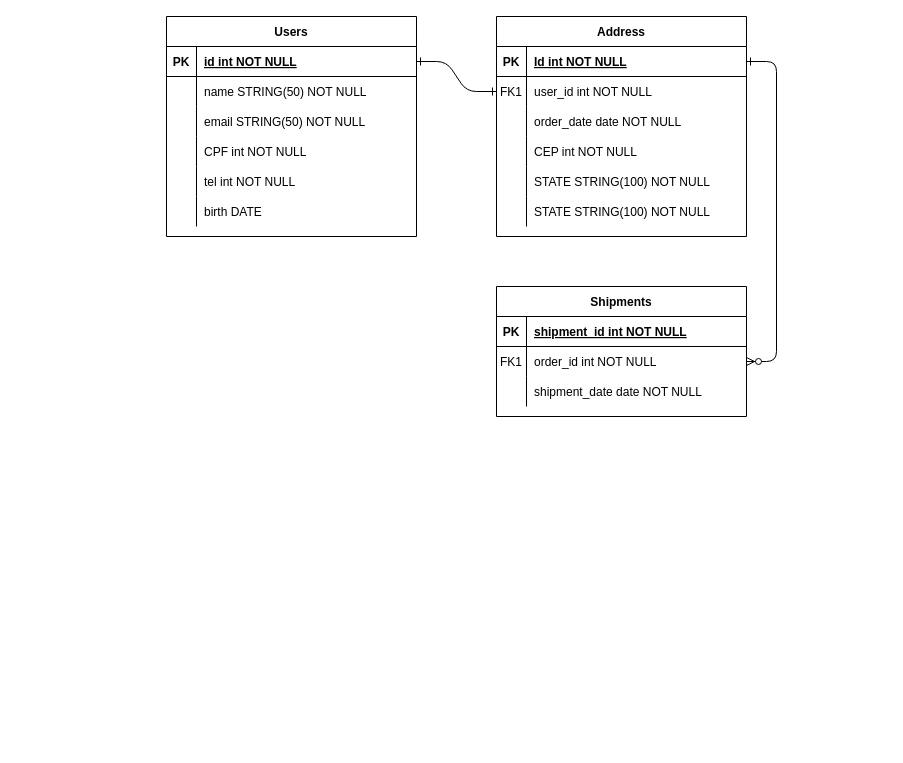
Earlier version of the draw.io diagram Projeto-Fullstack.drawio (raiannalimacode/diagrams). Source tidied: cells renumbered, new cells numbered last; positions are measured from the earlier drawing's top-left corner, leaving out a move shared by most shapes. Both pictures are drawn from the tidied source at 100%, with x=0, y=0 at pixel (166, 16).
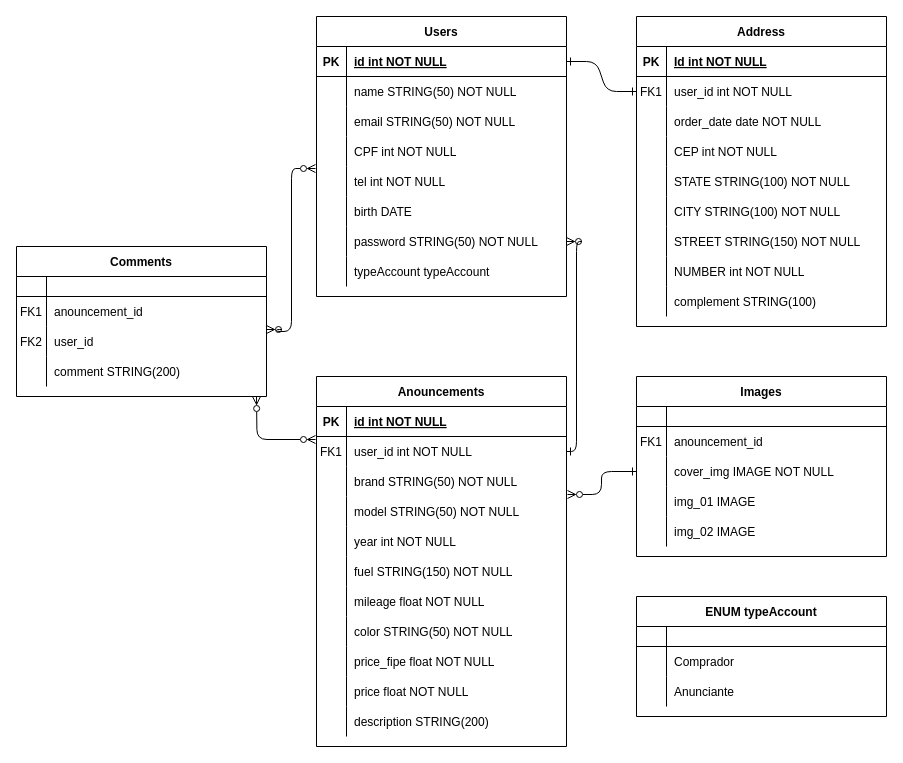
After the change.

Commit message:
Finished Diagram ER - Projeto FullStack.

Unchanged cells that the change refers to:
```xml
<mxCell id="5" style="shape=partialRectangle;fillColor=none;points=[[0,0.5],[1,0.5]];portConstraint=eastwest;top=0;left=0;right=0;bottom=1;" parent="4" vertex="1">
  <mxGeometry y="30" width="250" height="30" as="geometry" />
</mxCell>
<mxCell id="20" style="shape=partialRectangle;fillColor=none;top=0;left=0;right=0;bottom=0;" parent="4" vertex="1">
  <mxGeometry y="180" width="250" height="30" as="geometry" />
</mxCell>
<mxCell id="24" style="shape=partialRectangle;fillColor=none;top=0;left=0;right=0;bottom=1;" parent="23" vertex="1">
  <mxGeometry y="30" width="250" height="30" as="geometry" />
</mxCell>
<mxCell id="27" style="shape=partialRectangle;fillColor=none;points=[[0,0.5],[1,0.5]];portConstraint=eastwest;top=0;left=0;right=0;bottom=0;" parent="23" vertex="1">
  <mxGeometry y="60" width="250" height="30" as="geometry" />
</mxCell>
<mxCell id="30" style="shape=partialRectangle;fillColor=none;top=0;left=0;right=0;bottom=0;" parent="23" vertex="1">
  <mxGeometry y="90" width="250" height="30" as="geometry" />
</mxCell>
<mxCell id="46" style="shape=partialRectangle;fillColor=none;points=[[0,0.5],[1,0.5]];portConstraint=eastwest;top=0;left=0;right=0;bottom=0;" parent="33" vertex="1">
  <mxGeometry y="150" width="250" height="30" as="geometry" />
</mxCell>
```

What changed in the source:
```diff
@@
-    <mxCell id="3" style="edgeStyle=entityRelationEdgeStyle;endArrow=ERzeroToMany;startArrow=ERone;endFill=1;startFill=0;" parent="1" edge="1" source="5" target="27">
+    <mxCell id="3" style="edgeStyle=orthogonalEdgeStyle;endArrow=ERone;startArrow=ERzeroToMany;endFill=0;startFill=0;entryX=1;entryY=0.5;entryDx=0;entryDy=0;exitX=1;exitY=0.5;exitDx=0;exitDy=0;" parent="1" edge="1" source="85" target="27">
       <mxGeometry relative="1" as="geometry" />
     </mxCell>
     <mxCell id="4" value="Address" style="shape=table;startSize=30;childLayout=tableLayout;rowLines=0;fontStyle=1;align=center;" parent="1" vertex="1">
-      <mxGeometry x="330" width="250" height="220" as="geometry" />
+      <mxGeometry x="470" width="250" height="310" as="geometry" />
     </mxCell>
@@
-    <mxCell id="22" value="STATE STRING(100) NOT NULL" style="shape=partialRectangle;overflow=hidden;fillColor=none;top=0;left=0;bottom=0;right=0;align=left;spacingLeft=6;" parent="20" vertex="1">
+    <mxCell id="22" value="CITY STRING(100) NOT NULL" style="shape=partialRectangle;overflow=hidden;fillColor=none;top=0;left=0;bottom=0;right=0;align=left;spacingLeft=6;" parent="20" vertex="1">
       <mxGeometry x="30" width="220" height="30" as="geometry" />
     </mxCell>
+    <mxCell id="52" style="shape=partialRectangle;fillColor=none;top=0;left=0;right=0;bottom=0;" parent="4" vertex="1">
+      <mxGeometry y="210" width="250" height="30" as="geometry" />
+    </mxCell>
+    <mxCell id="53" style="shape=partialRectangle;overflow=hidden;fillColor=none;top=0;left=0;bottom=0;right=0;" parent="52" vertex="1">
+      <mxGeometry width="30" height="30" as="geometry" />
+    </mxCell>
+    <mxCell id="54" value="STREET STRING(150) NOT NULL" style="shape=partialRectangle;overflow=hidden;fillColor=none;top=0;left=0;bottom=0;right=0;align=left;spacingLeft=6;" parent="52" vertex="1">
+      <mxGeometry x="30" width="220" height="30" as="geometry" />
+    </mxCell>
+    <mxCell id="55" style="shape=partialRectangle;fillColor=none;top=0;left=0;right=0;bottom=0;" parent="4" vertex="1">
+      <mxGeometry y="240" width="250" height="30" as="geometry" />
+    </mxCell>
+    <mxCell id="56" style="shape=partialRectangle;overflow=hidden;fillColor=none;top=0;left=0;bottom=0;right=0;" parent="55" vertex="1">
+      <mxGeometry width="30" height="30" as="geometry" />
+    </mxCell>
+    <mxCell id="57" value="NUMBER int NOT NULL" style="shape=partialRectangle;overflow=hidden;fillColor=none;top=0;left=0;bottom=0;right=0;align=left;spacingLeft=6;" parent="55" vertex="1">
+      <mxGeometry x="30" width="220" height="30" as="geometry" />
+    </mxCell>
+    <mxCell id="58" style="shape=partialRectangle;fillColor=none;top=0;left=0;right=0;bottom=0;" parent="4" vertex="1">
+      <mxGeometry y="270" width="250" height="30" as="geometry" />
+    </mxCell>
+    <mxCell id="59" style="shape=partialRectangle;overflow=hidden;fillColor=none;top=0;left=0;bottom=0;right=0;" parent="58" vertex="1">
+      <mxGeometry width="30" height="30" as="geometry" />
+    </mxCell>
+    <mxCell id="60" value="complement STRING(100) " style="shape=partialRectangle;overflow=hidden;fillColor=none;top=0;left=0;bottom=0;right=0;align=left;spacingLeft=6;" parent="58" vertex="1">
+      <mxGeometry x="30" width="220" height="30" as="geometry" />
+    </mxCell>
-    <mxCell id="23" value="Shipments" style="shape=table;startSize=30;childLayout=tableLayout;rowLines=0;fontStyle=1;align=center;" parent="1" vertex="1">
-      <mxGeometry x="330" y="270" width="250" height="130" as="geometry" />
+    <mxCell id="23" value="Anouncements" style="shape=table;startSize=30;childLayout=tableLayout;rowLines=0;fontStyle=1;align=center;" parent="1" vertex="1">
+      <mxGeometry x="150" y="360" width="250" height="370" as="geometry" />
     </mxCell>
@@
-    <mxCell id="26" value="shipment_id int NOT NULL " style="shape=partialRectangle;overflow=hidden;fillColor=none;top=0;left=0;bottom=0;right=0;align=left;spacingLeft=6;fontStyle=5;" parent="24" vertex="1">
+    <mxCell id="26" value="id int NOT NULL" style="shape=partialRectangle;overflow=hidden;fillColor=none;top=0;left=0;bottom=0;right=0;align=left;spacingLeft=6;fontStyle=5;" parent="24" vertex="1">
       <mxGeometry x="30" width="220" height="30" as="geometry" />
     </mxCell>
@@
-    <mxCell id="29" value="order_id int NOT NULL" style="shape=partialRectangle;overflow=hidden;fillColor=none;top=0;left=0;bottom=0;right=0;align=left;spacingLeft=6;" parent="27" vertex="1">
+    <mxCell id="29" value="user_id int NOT NULL" style="shape=partialRectangle;overflow=hidden;fillColor=none;top=0;left=0;bottom=0;right=0;align=left;spacingLeft=6;" parent="27" vertex="1">
       <mxGeometry x="30" width="220" height="30" as="geometry" />
     </mxCell>
@@
-    <mxCell id="32" value="shipment_date date NOT NULL" style="shape=partialRectangle;overflow=hidden;fillColor=none;top=0;left=0;bottom=0;right=0;align=left;spacingLeft=6;" parent="30" vertex="1">
+    <mxCell id="32" value="brand STRING(50) NOT NULL" style="shape=partialRectangle;overflow=hidden;fillColor=none;top=0;left=0;bottom=0;right=0;align=left;spacingLeft=6;" parent="30" vertex="1">
       <mxGeometry x="30" width="220" height="30" as="geometry" />
     </mxCell>
+    <mxCell id="61" style="shape=partialRectangle;fillColor=none;points=[[0,0.5],[1,0.5]];portConstraint=eastwest;top=0;left=0;right=0;bottom=0;" parent="23" vertex="1">
+      <mxGeometry y="120" width="250" height="30" as="geometry" />
+    </mxCell>
+    <mxCell id="62" style="shape=partialRectangle;overflow=hidden;fillColor=none;top=0;left=0;bottom=0;right=0;" parent="61" vertex="1">
+      <mxGeometry width="30" height="30" as="geometry" />
+    </mxCell>
+    <mxCell id="63" value="model STRING(50) NOT NULL" style="shape=partialRectangle;overflow=hidden;fillColor=none;top=0;left=0;bottom=0;right=0;align=left;spacingLeft=6;" parent="61" vertex="1">
+      <mxGeometry x="30" width="220" height="30" as="geometry" />
+    </mxCell>
+    <mxCell id="64" style="shape=partialRectangle;fillColor=none;top=0;left=0;right=0;bottom=0;" parent="23" vertex="1">
+      <mxGeometry y="150" width="250" height="30" as="geometry" />
+    </mxCell>
+    <mxCell id="65" style="shape=partialRectangle;overflow=hidden;fillColor=none;top=0;left=0;bottom=0;right=0;" parent="64" vertex="1">
+      <mxGeometry width="30" height="30" as="geometry" />
+    </mxCell>
+    <mxCell id="66" value="year int NOT NULL" style="shape=partialRectangle;overflow=hidden;fillColor=none;top=0;left=0;bottom=0;right=0;align=left;spacingLeft=6;" parent="64" vertex="1">
+      <mxGeometry x="30" width="220" height="30" as="geometry" />
+    </mxCell>
+    <mxCell id="67" style="shape=partialRectangle;fillColor=none;top=0;left=0;right=0;bottom=0;" parent="23" vertex="1">
+      <mxGeometry y="180" width="250" height="30" as="geometry" />
+    </mxCell>
+    <mxCell id="68" style="shape=partialRectangle;overflow=hidden;fillColor=none;top=0;left=0;bottom=0;right=0;" parent="67" vertex="1">
+      <mxGeometry width="30" height="30" as="geometry" />
+    </mxCell>
+    <mxCell id="69" value="fuel STRING(150) NOT NULL" style="shape=partialRectangle;overflow=hidden;fillColor=none;top=0;left=0;bottom=0;right=0;align=left;spacingLeft=6;" parent="67" vertex="1">
+      <mxGeometry x="30" width="220" height="30" as="geometry" />
+    </mxCell>
+    <mxCell id="70" style="shape=partialRectangle;fillColor=none;top=0;left=0;right=0;bottom=0;" parent="23" vertex="1">
+      <mxGeometry y="210" width="250" height="30" as="geometry" />
+    </mxCell>
+    <mxCell id="71" style="shape=partialRectangle;overflow=hidden;fillColor=none;top=0;left=0;bottom=0;right=0;" parent="70" vertex="1">
+      <mxGeometry width="30" height="30" as="geometry" />
+    </mxCell>
+    <mxCell id="72" value="mileage float NOT NULL" style="shape=partialRectangle;overflow=hidden;fillColor=none;top=0;left=0;bottom=0;right=0;align=left;spacingLeft=6;" parent="70" vertex="1">
+      <mxGeometry x="30" width="220" height="30" as="geometry" />
+    </mxCell>
+    <mxCell id="73" style="shape=partialRectangle;fillColor=none;top=0;left=0;right=0;bottom=0;" parent="23" vertex="1">
+      <mxGeometry y="240" width="250" height="30" as="geometry" />
+    </mxCell>
+    <mxCell id="74" style="shape=partialRectangle;overflow=hidden;fillColor=none;top=0;left=0;bottom=0;right=0;" parent="73" vertex="1">
+      <mxGeometry width="30" height="30" as="geometry" />
+    </mxCell>
+    <mxCell id="75" value="color STRING(50) NOT NULL" style="shape=partialRectangle;overflow=hidden;fillColor=none;top=0;left=0;bottom=0;right=0;align=left;spacingLeft=6;" parent="73" vertex="1">
+      <mxGeometry x="30" width="220" height="30" as="geometry" />
+    </mxCell>
+    <mxCell id="76" style="shape=partialRectangle;fillColor=none;top=0;left=0;right=0;bottom=0;" parent="23" vertex="1">
+      <mxGeometry y="270" width="250" height="30" as="geometry" />
+    </mxCell>
+    <mxCell id="77" style="shape=partialRectangle;overflow=hidden;fillColor=none;top=0;left=0;bottom=0;right=0;" parent="76" vertex="1">
+      <mxGeometry width="30" height="30" as="geometry" />
+    </mxCell>
+    <mxCell id="78" value="price_fipe float NOT NULL" style="shape=partialRectangle;overflow=hidden;fillColor=none;top=0;left=0;bottom=0;right=0;align=left;spacingLeft=6;" parent="76" vertex="1">
+      <mxGeometry x="30" width="220" height="30" as="geometry" />
+    </mxCell>
+    <mxCell id="79" style="shape=partialRectangle;fillColor=none;top=0;left=0;right=0;bottom=0;" parent="23" vertex="1">
+      <mxGeometry y="300" width="250" height="30" as="geometry" />
+    </mxCell>
+    <mxCell id="80" style="shape=partialRectangle;overflow=hidden;fillColor=none;top=0;left=0;bottom=0;right=0;" parent="79" vertex="1">
+      <mxGeometry width="30" height="30" as="geometry" />
+    </mxCell>
+    <mxCell id="81" value="price float NOT NULL" style="shape=partialRectangle;overflow=hidden;fillColor=none;top=0;left=0;bottom=0;right=0;align=left;spacingLeft=6;" parent="79" vertex="1">
+      <mxGeometry x="30" width="220" height="30" as="geometry" />
+    </mxCell>
+    <mxCell id="82" style="shape=partialRectangle;fillColor=none;top=0;left=0;right=0;bottom=0;" parent="23" vertex="1">
+      <mxGeometry y="330" width="250" height="30" as="geometry" />
+    </mxCell>
+    <mxCell id="83" style="shape=partialRectangle;overflow=hidden;fillColor=none;top=0;left=0;bottom=0;right=0;" parent="82" vertex="1">
+      <mxGeometry width="30" height="30" as="geometry" />
+    </mxCell>
+    <mxCell id="84" value="description STRING(200) " style="shape=partialRectangle;overflow=hidden;fillColor=none;top=0;left=0;bottom=0;right=0;align=left;spacingLeft=6;" parent="82" vertex="1">
+      <mxGeometry x="30" width="220" height="30" as="geometry" />
+    </mxCell>
     <mxCell id="33" value="Users" style="shape=table;startSize=30;childLayout=tableLayout;rowLines=0;fontStyle=1;align=center;" parent="1" vertex="1">
-      <mxGeometry width="250" height="220" as="geometry" />
+      <mxGeometry x="150" width="250" height="280" as="geometry" />
     </mxCell>
@@
+    <mxCell id="85" style="shape=partialRectangle;fillColor=none;points=[[0,0.5],[1,0.5]];portConstraint=eastwest;top=0;left=0;right=0;bottom=0;" parent="33" vertex="1">
+      <mxGeometry y="210" width="250" height="30" as="geometry" />
+    </mxCell>
+    <mxCell id="86" style="shape=partialRectangle;overflow=hidden;fillColor=none;top=0;left=0;bottom=0;right=0;" parent="85" vertex="1">
+      <mxGeometry width="30" height="30" as="geometry" />
+    </mxCell>
+    <mxCell id="87" value="password STRING(50) NOT NULL" style="shape=partialRectangle;overflow=hidden;fillColor=none;top=0;left=0;bottom=0;right=0;align=left;spacingLeft=6;" parent="85" vertex="1">
+      <mxGeometry x="30" width="220" height="30" as="geometry" />
+    </mxCell>
+    <mxCell id="88" style="shape=partialRectangle;fillColor=none;top=0;left=0;right=0;bottom=0;" parent="33" vertex="1">
+      <mxGeometry y="240" width="250" height="30" as="geometry" />
+    </mxCell>
+    <mxCell id="89" style="shape=partialRectangle;overflow=hidden;fillColor=none;top=0;left=0;bottom=0;right=0;" parent="88" vertex="1">
+      <mxGeometry width="30" height="30" as="geometry" />
+    </mxCell>
+    <mxCell id="90" value="typeAccount typeAccount" style="shape=partialRectangle;overflow=hidden;fillColor=none;top=0;left=0;bottom=0;right=0;align=left;spacingLeft=6;" parent="88" vertex="1">
+      <mxGeometry x="30" width="220" height="30" as="geometry" />
+    </mxCell>
+    <mxCell id="91" value="ENUM typeAccount" style="shape=table;startSize=30;childLayout=tableLayout;rowLines=0;fontStyle=1;align=center;" parent="1" vertex="1">
+      <mxGeometry x="470" y="580" width="250" height="120" as="geometry" />
+    </mxCell>
+    <mxCell id="92" style="shape=partialRectangle;fillColor=none;top=0;left=0;right=0;bottom=1;" parent="91" vertex="1">
+      <mxGeometry y="30" width="250" height="20" as="geometry" />
+    </mxCell>
+    <mxCell id="93" style="shape=partialRectangle;overflow=hidden;fillColor=none;top=0;left=0;bottom=0;right=0;fontStyle=1;" parent="92" vertex="1">
+      <mxGeometry width="30" height="20" as="geometry" />
+    </mxCell>
+    <mxCell id="94" style="shape=partialRectangle;overflow=hidden;fillColor=none;top=0;left=0;bottom=0;right=0;align=left;spacingLeft=6;fontStyle=5;" parent="92" vertex="1">
+      <mxGeometry x="30" width="220" height="20" as="geometry" />
+    </mxCell>
+    <mxCell id="95" style="shape=partialRectangle;fillColor=none;top=0;left=0;right=0;bottom=0;" parent="91" vertex="1">
+      <mxGeometry y="50" width="250" height="30" as="geometry" />
+    </mxCell>
+    <mxCell id="96" style="shape=partialRectangle;overflow=hidden;fillColor=none;top=0;left=0;bottom=0;right=0;" parent="95" vertex="1">
+      <mxGeometry width="30" height="30" as="geometry" />
+    </mxCell>
+    <mxCell id="97" value="Comprador" style="shape=partialRectangle;overflow=hidden;fillColor=none;top=0;left=0;bottom=0;right=0;align=left;spacingLeft=6;" parent="95" vertex="1">
+      <mxGeometry x="30" width="220" height="30" as="geometry" />
+    </mxCell>
+    <mxCell id="98" style="shape=partialRectangle;fillColor=none;top=0;left=0;right=0;bottom=0;" parent="91" vertex="1">
+      <mxGeometry y="80" width="250" height="30" as="geometry" />
+    </mxCell>
+    <mxCell id="99" style="shape=partialRectangle;overflow=hidden;fillColor=none;top=0;left=0;bottom=0;right=0;" parent="98" vertex="1">
+      <mxGeometry width="30" height="30" as="geometry" />
+    </mxCell>
+    <mxCell id="100" value="Anunciante" style="shape=partialRectangle;overflow=hidden;fillColor=none;top=0;left=0;bottom=0;right=0;align=left;spacingLeft=6;" parent="98" vertex="1">
+      <mxGeometry x="30" width="220" height="30" as="geometry" />
+    </mxCell>
+    <mxCell id="101" value="Images" style="shape=table;startSize=30;childLayout=tableLayout;rowLines=0;fontStyle=1;align=center;" parent="1" vertex="1">
+      <mxGeometry x="470" y="360" width="250" height="180" as="geometry" />
+    </mxCell>
+    <mxCell id="102" style="shape=partialRectangle;fillColor=none;top=0;left=0;right=0;bottom=1;" parent="101" vertex="1">
+      <mxGeometry y="30" width="250" height="20" as="geometry" />
+    </mxCell>
+    <mxCell id="103" style="shape=partialRectangle;overflow=hidden;fillColor=none;top=0;left=0;bottom=0;right=0;fontStyle=1;" parent="102" vertex="1">
+      <mxGeometry width="30" height="20" as="geometry" />
+    </mxCell>
+    <mxCell id="104" style="shape=partialRectangle;overflow=hidden;fillColor=none;top=0;left=0;bottom=0;right=0;align=left;spacingLeft=6;fontStyle=5;" parent="102" vertex="1">
+      <mxGeometry x="30" width="220" height="20" as="geometry" />
+    </mxCell>
+    <mxCell id="105" style="shape=partialRectangle;fillColor=none;top=0;left=0;right=0;bottom=0;" parent="101" vertex="1">
+      <mxGeometry y="50" width="250" height="30" as="geometry" />
+    </mxCell>
+    <mxCell id="106" value="FK1" style="shape=partialRectangle;overflow=hidden;fillColor=none;top=0;left=0;bottom=0;right=0;" parent="105" vertex="1">
+      <mxGeometry width="30" height="30" as="geometry" />
+    </mxCell>
+    <mxCell id="107" value="anouncement_id" style="shape=partialRectangle;overflow=hidden;fillColor=none;top=0;left=0;bottom=0;right=0;align=left;spacingLeft=6;" parent="105" vertex="1">
+      <mxGeometry x="30" width="220" height="30" as="geometry" />
+    </mxCell>
+    <mxCell id="108" style="shape=partialRectangle;fillColor=none;points=[[0,0.5],[1,0.5]];portConstraint=eastwest;top=0;left=0;right=0;bottom=0;" parent="101" vertex="1">
+      <mxGeometry y="80" width="250" height="30" as="geometry" />
+    </mxCell>
+    <mxCell id="109" style="shape=partialRectangle;overflow=hidden;fillColor=none;top=0;left=0;bottom=0;right=0;" parent="108" vertex="1">
+      <mxGeometry width="30" height="30" as="geometry" />
+    </mxCell>
+    <mxCell id="110" value="cover_img IMAGE NOT NULL" style="shape=partialRectangle;overflow=hidden;fillColor=none;top=0;left=0;bottom=0;right=0;align=left;spacingLeft=6;" parent="108" vertex="1">
+      <mxGeometry x="30" width="220" height="30" as="geometry" />
+    </mxCell>
+    <mxCell id="111" style="shape=partialRectangle;fillColor=none;top=0;left=0;right=0;bottom=0;" parent="101" vertex="1">
+      <mxGeometry y="110" width="250" height="30" as="geometry" />
+    </mxCell>
+    <mxCell id="112" style="shape=partialRectangle;overflow=hidden;fillColor=none;top=0;left=0;bottom=0;right=0;" parent="111" vertex="1">
+      <mxGeometry width="30" height="30" as="geometry" />
+    </mxCell>
+    <mxCell id="113" value="img_01 IMAGE" style="shape=partialRectangle;overflow=hidden;fillColor=none;top=0;left=0;bottom=0;right=0;align=left;spacingLeft=6;" parent="111" vertex="1">
+      <mxGeometry x="30" width="220" height="30" as="geometry" />
+    </mxCell>
+    <mxCell id="114" style="shape=partialRectangle;fillColor=none;top=0;left=0;right=0;bottom=0;" parent="101" vertex="1">
+      <mxGeometry y="140" width="250" height="30" as="geometry" />
+    </mxCell>
+    <mxCell id="115" style="shape=partialRectangle;overflow=hidden;fillColor=none;top=0;left=0;bottom=0;right=0;" parent="114" vertex="1">
+      <mxGeometry width="30" height="30" as="geometry" />
+    </mxCell>
+    <mxCell id="116" value="img_02 IMAGE" style="shape=partialRectangle;overflow=hidden;fillColor=none;top=0;left=0;bottom=0;right=0;align=left;spacingLeft=6;" parent="114" vertex="1">
+      <mxGeometry x="30" width="220" height="30" as="geometry" />
+    </mxCell>
+    <mxCell id="117" style="edgeStyle=orthogonalEdgeStyle;endArrow=ERone;startArrow=ERzeroToMany;endFill=0;startFill=0;entryX=0;entryY=0.5;entryDx=0;entryDy=0;exitX=1.004;exitY=-0.067;exitDx=0;exitDy=0;exitPerimeter=0;" parent="1" edge="1" source="61" target="108">
+      <mxGeometry relative="1" as="geometry" />
+    </mxCell>
+    <mxCell id="118" value="Comments" style="shape=table;startSize=30;childLayout=tableLayout;rowLines=0;fontStyle=1;align=center;" parent="1" vertex="1">
+      <mxGeometry x="-150" y="230" width="250" height="150" as="geometry" />
+    </mxCell>
+    <mxCell id="119" style="shape=partialRectangle;fillColor=none;top=0;left=0;right=0;bottom=1;" parent="118" vertex="1">
+      <mxGeometry y="30" width="250" height="20" as="geometry" />
+    </mxCell>
+    <mxCell id="120" style="shape=partialRectangle;overflow=hidden;fillColor=none;top=0;left=0;bottom=0;right=0;fontStyle=1;" parent="119" vertex="1">
+      <mxGeometry width="30" height="20" as="geometry" />
+    </mxCell>
+    <mxCell id="121" style="shape=partialRectangle;overflow=hidden;fillColor=none;top=0;left=0;bottom=0;right=0;align=left;spacingLeft=6;fontStyle=5;" parent="119" vertex="1">
+      <mxGeometry x="30" width="220" height="20" as="geometry" />
+    </mxCell>
+    <mxCell id="122" style="shape=partialRectangle;fillColor=none;top=0;left=0;right=0;bottom=0;" parent="118" vertex="1">
+      <mxGeometry y="50" width="250" height="30" as="geometry" />
+    </mxCell>
+    <mxCell id="123" value="FK1" style="shape=partialRectangle;overflow=hidden;fillColor=none;top=0;left=0;bottom=0;right=0;" parent="122" vertex="1">
+      <mxGeometry width="30" height="30" as="geometry" />
+    </mxCell>
+    <mxCell id="124" value="anouncement_id" style="shape=partialRectangle;overflow=hidden;fillColor=none;top=0;left=0;bottom=0;right=0;align=left;spacingLeft=6;" parent="122" vertex="1">
+      <mxGeometry x="30" width="220" height="30" as="geometry" />
+    </mxCell>
+    <mxCell id="125" style="shape=partialRectangle;fillColor=none;points=[[0,0.5],[1,0.5]];portConstraint=eastwest;top=0;left=0;right=0;bottom=0;" parent="118" vertex="1">
+      <mxGeometry y="80" width="250" height="30" as="geometry" />
+    </mxCell>
+    <mxCell id="126" value="FK2" style="shape=partialRectangle;overflow=hidden;fillColor=none;top=0;left=0;bottom=0;right=0;" parent="125" vertex="1">
+      <mxGeometry width="30" height="30" as="geometry" />
+    </mxCell>
+    <mxCell id="127" value="user_id" style="shape=partialRectangle;overflow=hidden;fillColor=none;top=0;left=0;bottom=0;right=0;align=left;spacingLeft=6;" parent="125" vertex="1">
+      <mxGeometry x="30" width="220" height="30" as="geometry" />
+    </mxCell>
+    <mxCell id="128" style="shape=partialRectangle;fillColor=none;top=0;left=0;right=0;bottom=0;" parent="118" vertex="1">
+      <mxGeometry y="110" width="250" height="30" as="geometry" />
+    </mxCell>
+    <mxCell id="129" style="shape=partialRectangle;overflow=hidden;fillColor=none;top=0;left=0;bottom=0;right=0;" parent="128" vertex="1">
+      <mxGeometry width="30" height="30" as="geometry" />
+    </mxCell>
+    <mxCell id="130" value="comment STRING(200)" style="shape=partialRectangle;overflow=hidden;fillColor=none;top=0;left=0;bottom=0;right=0;align=left;spacingLeft=6;" parent="128" vertex="1">
+      <mxGeometry x="30" width="220" height="30" as="geometry" />
+    </mxCell>
+    <mxCell id="131" style="edgeStyle=orthogonalEdgeStyle;endArrow=ERzeroToMany;startArrow=ERzeroToMany;endFill=0;startFill=0;entryX=1;entryY=0.1;entryDx=0;entryDy=0;exitX=-0.004;exitY=0.067;exitDx=0;exitDy=0;exitPerimeter=0;entryPerimeter=0;" parent="1" edge="1" source="46" target="125">
+      <mxGeometry relative="1" as="geometry">
+        <Array as="points">
+          <mxPoint x="125" y="152" />
+          <mxPoint x="125" y="315" />
+          <mxPoint x="110" y="315" />
+          <mxPoint x="110" y="313" />
+        </Array>
+      </mxGeometry>
+    </mxCell>
+    <mxCell id="132" style="endArrow=ERzeroToMany;startArrow=ERzeroToMany;endFill=0;startFill=0;exitX=-0.004;exitY=0.1;exitDx=0;exitDy=0;exitPerimeter=0;edgeStyle=orthogonalEdgeStyle;" parent="1" edge="1" source="27">
+      <mxGeometry relative="1" as="geometry">
+        <mxPoint x="90" y="380" as="targetPoint" />
+      </mxGeometry>
+    </mxCell>
```
